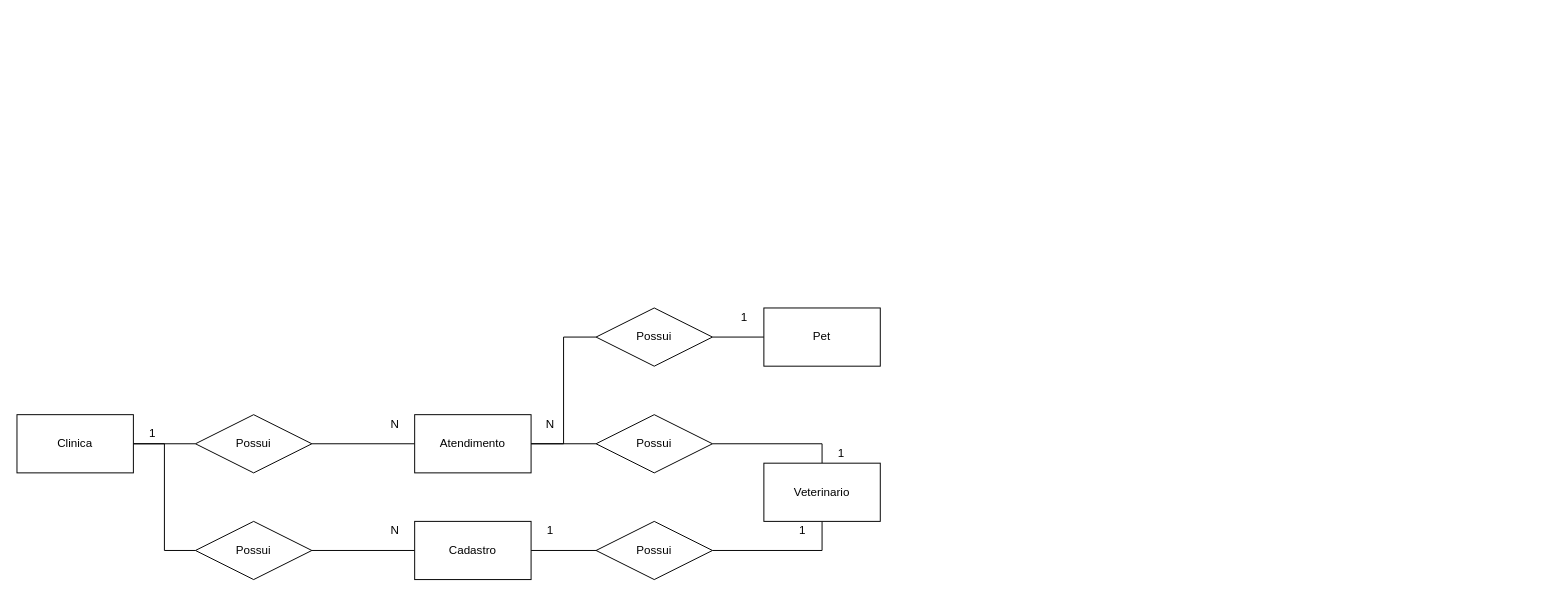
Earlier version of the draw.io diagram exercicios/1.3-exercicio-pclinics/1.3-exercicio-pclinics.drawio (PedroLCamara/2oSemestre_Sprint1BD_Senai). Source tidied: cells renumbered, new cells numbered last; positions are measured from the earlier drawing's top-left corner, leaving out a move shared by most shapes. Both pictures are drawn from the tidied source at 97%, with x=0, y=0 at pixel (16, 307).
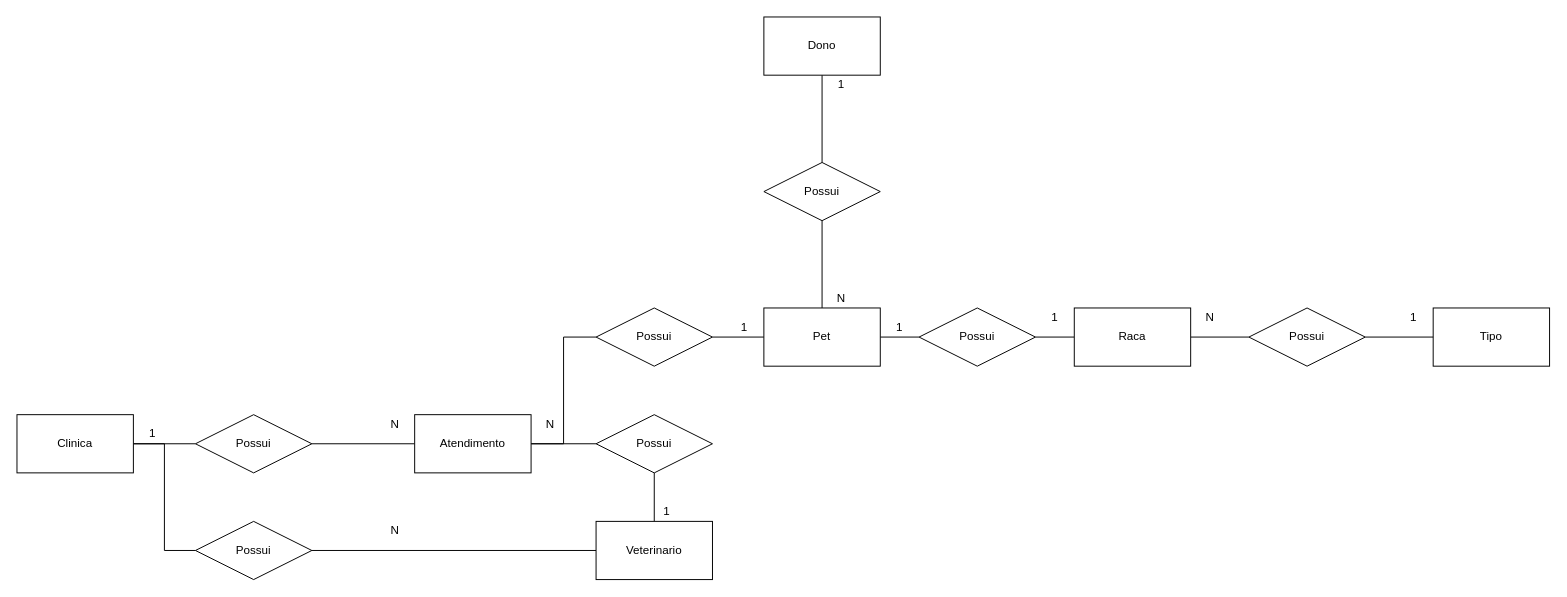
The same page after the edit.

Unchanged cells that the change refers to:
```xml
<mxCell id="15" value="Possui" style="shape=rhombus;perimeter=rhombusPerimeter;whiteSpace=wrap;html=1;align=center;" parent="1" vertex="1">
  <mxGeometry x="184" y="220" width="120" height="60" as="geometry" />
</mxCell>
<mxCell id="23" value="Pet" style="rounded=0;whiteSpace=wrap;html=1;" parent="1" vertex="1">
  <mxGeometry x="770" width="120" height="60" as="geometry" />
</mxCell>
```

What changed in the source:
```diff
@@
-    <mxCell id="14" style="edgeStyle=orthogonalEdgeStyle;rounded=0;jettySize=auto;html=1;entryX=0;entryY=0.5;entryDx=0;entryDy=0;endArrow=none;endFill=0;" parent="1" edge="1" source="15" target="17">
+    <mxCell id="14" style="edgeStyle=orthogonalEdgeStyle;rounded=0;jettySize=auto;html=1;entryX=0;entryY=0.5;entryDx=0;entryDy=0;endArrow=none;endFill=0;" parent="1" edge="1" source="15" target="20">
       <mxGeometry relative="1" as="geometry" />
     </mxCell>
@@
-    <mxCell id="16" style="edgeStyle=orthogonalEdgeStyle;rounded=0;jettySize=auto;html=1;entryX=0;entryY=0.5;entryDx=0;entryDy=0;endArrow=none;endFill=0;" parent="1" edge="1" source="17" target="19">
-      <mxGeometry relative="1" as="geometry" />
-    </mxCell>
-    <mxCell id="17" value="Cadastro" style="rounded=0;whiteSpace=wrap;html=1;" parent="1" vertex="1">
-      <mxGeometry x="410" y="220" width="120" height="60" as="geometry" />
-    </mxCell>
-    <mxCell id="18" style="edgeStyle=orthogonalEdgeStyle;rounded=0;jettySize=auto;html=1;entryX=0.5;entryY=1;entryDx=0;entryDy=0;endArrow=none;endFill=0;" parent="1" edge="1" source="19" target="20">
-      <mxGeometry relative="1" as="geometry" />
-    </mxCell>
-    <mxCell id="19" value="Possui" style="shape=rhombus;perimeter=rhombusPerimeter;whiteSpace=wrap;html=1;align=center;" parent="1" vertex="1">
-      <mxGeometry x="597" y="220" width="120" height="60" as="geometry" />
-    </mxCell>
     <mxCell id="20" value="Veterinario" style="rounded=0;whiteSpace=wrap;html=1;" parent="1" vertex="1">
-      <mxGeometry x="770" y="160" width="120" height="60" as="geometry" />
+      <mxGeometry x="597" y="220" width="120" height="60" as="geometry" />
     </mxCell>
@@
+    <mxCell id="30" style="edgeStyle=orthogonalEdgeStyle;rounded=0;jettySize=auto;html=1;entryX=0;entryY=0.5;entryDx=0;entryDy=0;endArrow=none;endFill=0;" parent="1" edge="1" source="23" target="33">
+      <mxGeometry relative="1" as="geometry" />
+    </mxCell>
+    <mxCell id="31" style="edgeStyle=orthogonalEdgeStyle;rounded=0;jettySize=auto;html=1;entryX=0.5;entryY=1;entryDx=0;entryDy=0;endArrow=none;endFill=0;" parent="1" edge="1" source="23" target="43">
+      <mxGeometry relative="1" as="geometry" />
+    </mxCell>
@@
-    <mxCell id="25" value="1" style="text;html=1;strokeColor=none;fillColor=none;align=center;verticalAlign=middle;whiteSpace=wrap;rounded=0;" parent="1" vertex="1">
-      <mxGeometry x="530" y="220" width="40" height="20" as="geometry" />
-    </mxCell>
-    <mxCell id="26" value="1" style="text;html=1;strokeColor=none;fillColor=none;align=center;verticalAlign=middle;whiteSpace=wrap;rounded=0;" parent="1" vertex="1">
-      <mxGeometry x="790" y="220" width="40" height="20" as="geometry" />
-    </mxCell>
@@
     <mxCell id="28" value="1" style="text;html=1;strokeColor=none;fillColor=none;align=center;verticalAlign=middle;whiteSpace=wrap;rounded=0;" parent="1" vertex="1">
-      <mxGeometry x="730" width="40" height="20" as="geometry" />
+      <mxGeometry x="730" y="10" width="40" height="20" as="geometry" />
     </mxCell>
     <mxCell id="29" value="1" style="text;html=1;strokeColor=none;fillColor=none;align=center;verticalAlign=middle;whiteSpace=wrap;rounded=0;" parent="1" vertex="1">
-      <mxGeometry x="830" y="140" width="40" height="20" as="geometry" />
+      <mxGeometry x="650" y="200" width="40" height="20" as="geometry" />
     </mxCell>
+    <mxCell id="32" style="edgeStyle=orthogonalEdgeStyle;rounded=0;jettySize=auto;html=1;entryX=0;entryY=0.5;entryDx=0;entryDy=0;endArrow=none;endFill=0;" parent="1" edge="1" source="33" target="40">
+      <mxGeometry relative="1" as="geometry" />
+    </mxCell>
+    <mxCell id="33" value="Possui" style="shape=rhombus;perimeter=rhombusPerimeter;whiteSpace=wrap;html=1;align=center;" parent="1" vertex="1">
+      <mxGeometry x="930" width="120" height="60" as="geometry" />
+    </mxCell>
+    <mxCell id="34" value="1" style="text;html=1;strokeColor=none;fillColor=none;align=center;verticalAlign=middle;whiteSpace=wrap;rounded=0;" parent="1" vertex="1">
+      <mxGeometry x="890" y="10" width="40" height="20" as="geometry" />
+    </mxCell>
+    <mxCell id="35" value="Tipo" style="rounded=0;whiteSpace=wrap;html=1;" parent="1" vertex="1">
+      <mxGeometry x="1460" width="120" height="60" as="geometry" />
+    </mxCell>
+    <mxCell id="36" value="1" style="text;html=1;strokeColor=none;fillColor=none;align=center;verticalAlign=middle;whiteSpace=wrap;rounded=0;" parent="1" vertex="1">
+      <mxGeometry x="1050" width="40" height="20" as="geometry" />
+    </mxCell>
+    <mxCell id="37" style="edgeStyle=orthogonalEdgeStyle;rounded=0;jettySize=auto;html=1;endArrow=none;endFill=0;" parent="1" edge="1" source="38" target="35">
+      <mxGeometry relative="1" as="geometry" />
+    </mxCell>
+    <mxCell id="38" value="Possui" style="shape=rhombus;perimeter=rhombusPerimeter;whiteSpace=wrap;html=1;align=center;" parent="1" vertex="1">
+      <mxGeometry x="1270" width="120" height="60" as="geometry" />
+    </mxCell>
+    <mxCell id="39" style="edgeStyle=orthogonalEdgeStyle;rounded=0;jettySize=auto;html=1;entryX=0;entryY=0.5;entryDx=0;entryDy=0;endArrow=none;endFill=0;" parent="1" edge="1" source="40" target="38">
+      <mxGeometry relative="1" as="geometry" />
+    </mxCell>
+    <mxCell id="40" value="Raca" style="rounded=0;whiteSpace=wrap;html=1;" parent="1" vertex="1">
+      <mxGeometry x="1090" width="120" height="60" as="geometry" />
+    </mxCell>
+    <mxCell id="41" value="N" style="text;html=1;strokeColor=none;fillColor=none;align=center;verticalAlign=middle;whiteSpace=wrap;rounded=0;" parent="1" vertex="1">
+      <mxGeometry x="1210" width="40" height="20" as="geometry" />
+    </mxCell>
+    <mxCell id="42" value="1" style="text;html=1;strokeColor=none;fillColor=none;align=center;verticalAlign=middle;whiteSpace=wrap;rounded=0;" parent="1" vertex="1">
+      <mxGeometry x="1420" width="40" height="20" as="geometry" />
+    </mxCell>
+    <mxCell id="43" value="Possui" style="shape=rhombus;perimeter=rhombusPerimeter;whiteSpace=wrap;html=1;align=center;" parent="1" vertex="1">
+      <mxGeometry x="770" y="-150" width="120" height="60" as="geometry" />
+    </mxCell>
+    <mxCell id="44" style="edgeStyle=orthogonalEdgeStyle;rounded=0;jettySize=auto;html=1;entryX=0.5;entryY=0;entryDx=0;entryDy=0;endArrow=none;endFill=0;" parent="1" edge="1" source="45" target="43">
+      <mxGeometry relative="1" as="geometry" />
+    </mxCell>
+    <mxCell id="45" value="Dono" style="rounded=0;whiteSpace=wrap;html=1;" parent="1" vertex="1">
+      <mxGeometry x="770" y="-300" width="120" height="60" as="geometry" />
+    </mxCell>
+    <mxCell id="46" value="1" style="text;html=1;strokeColor=none;fillColor=none;align=center;verticalAlign=middle;whiteSpace=wrap;rounded=0;" parent="1" vertex="1">
+      <mxGeometry x="830" y="-240" width="40" height="20" as="geometry" />
+    </mxCell>
+    <mxCell id="47" value="N" style="text;html=1;strokeColor=none;fillColor=none;align=center;verticalAlign=middle;whiteSpace=wrap;rounded=0;" parent="1" vertex="1">
+      <mxGeometry x="830" y="-20" width="40" height="20" as="geometry" />
+    </mxCell>
```
